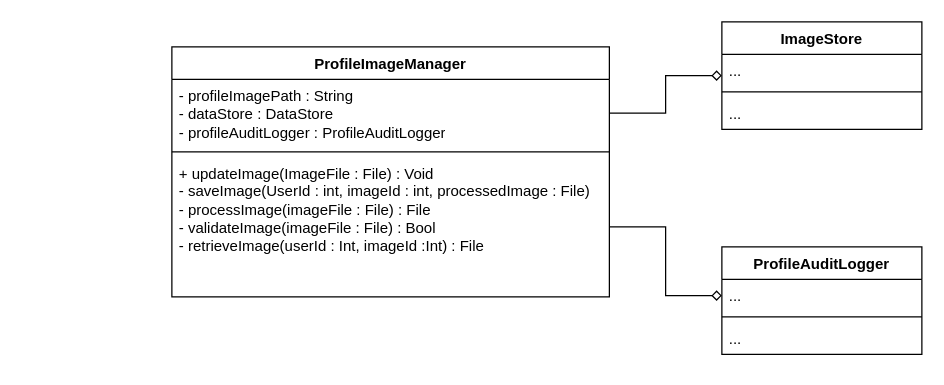
JmmonJeremy/CareerBound-SDD keeps this draw.io diagram as 03_Team_Work/Team4/Milestone_4_Interfaces_and_Data_Structures/Working/SS_M4_Team4_ProfileImageManagerClassDiagram_V01.drawio. Above is the earlier version. Source tidied: cells renumbered, new cells numbered last; positions are measured from the earlier drawing's top-left corner, leaving out a move shared by most shapes. Both pictures are drawn from the tidied source at 125%, with x=0, y=0 at pixel (171, 21).
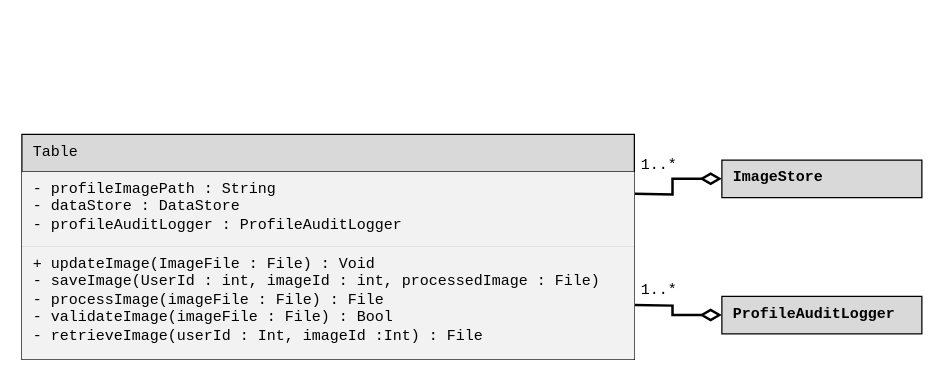
The same diagram, later.

Commit message (it also covers changes not shown here):
Added studentProfile & ProfileImageManager class diagrams to Team4QA folder

Change to the diagram source:
```diff
@@
 <mxGraphModel>
   <root>
     <mxCell id="0" />
     <mxCell id="1" parent="0" />
-    <mxCell id="2" value="ProfileImageManager" style="swimlane;fontStyle=1;align=center;verticalAlign=top;horizontal=1;startSize=26;whiteSpace=wrap;html=1;" parent="1" vertex="1">
-      <mxGeometry y="20" width="350" height="200" as="geometry" />
-    </mxCell>
+    <mxCell id="10" style="edgeStyle=orthogonalEdgeStyle;rounded=0;jettySize=auto;html=1;endArrow=diamondThin;endFill=0;startSize=40;endSize=12;strokeWidth=2;fontFamily=Courier New;align=left;verticalAlign=top;" parent="1" edge="1" target="6">
+      <mxGeometry relative="1" as="geometry">
+        <mxPoint x="370" y="226.5" as="sourcePoint" />
+      </mxGeometry>
+    </mxCell>
+    <mxCell id="15" style="edgeStyle=orthogonalEdgeStyle;rounded=0;jettySize=auto;html=1;endArrow=diamondThin;endFill=0;startSize=40;strokeWidth=2;endSize=12;fontFamily=Courier New;align=left;verticalAlign=top;" parent="1" edge="1" target="11">
+      <mxGeometry relative="1" as="geometry">
+        <mxPoint x="370" y="137.5" as="sourcePoint" />
+      </mxGeometry>
+    </mxCell>
+    <mxCell id="16" style="verticalLabelPosition=bottom;verticalAlign=top;html=1;shape=mxgraph.basic.rect;fillColor2=none;strokeWidth=1;size=20;indent=5;fontFamily=Courier New;align=left;fillColor=#D9D9D9;" parent="1" vertex="1">
+      <mxGeometry x="440" y="219.5" width="160" height="30" as="geometry" />
+    </mxCell>
+    <mxCell id="6" value="&lt;span style=&quot;font-weight: 700;&quot;&gt;&amp;nbsp;ProfileAuditLogger&lt;/span&gt;" style="text;html=1;whiteSpace=wrap;strokeColor=none;fillColor=none;align=left;verticalAlign=top;rounded=0;fontFamily=Courier New;" parent="1" vertex="1">
+      <mxGeometry x="440" y="219.5" width="160" height="30" as="geometry" />
+    </mxCell>
+    <mxCell id="17" style="verticalLabelPosition=bottom;verticalAlign=top;html=1;shape=mxgraph.basic.rect;fillColor2=none;strokeWidth=1;size=20;indent=5;fontFamily=Courier New;align=left;fillColor=#D9D9D9;" parent="1" vertex="1">
+      <mxGeometry x="440" y="110.5" width="160" height="30" as="geometry" />
+    </mxCell>
+    <mxCell id="11" value="&lt;span style=&quot;font-weight: 700;&quot;&gt;&amp;nbsp;ImageStore&lt;/span&gt;" style="text;html=1;whiteSpace=wrap;strokeColor=none;fillColor=none;align=left;verticalAlign=top;rounded=0;fontFamily=Courier New;" parent="1" vertex="1">
+      <mxGeometry x="440" y="110.5" width="160" height="30" as="geometry" />
+    </mxCell>
+    <mxCell id="18" value=" Table" style="shape=table;startSize=30;childLayout=tableLayout;fixedHeader=1;align=left;verticalAlign=top;fontFamily=Courier New;fillColor=#D9D9D9;" parent="1" vertex="1">
+      <mxGeometry x="-120" y="90" width="490" height="180" as="geometry" />
+    </mxCell>
+    <mxCell id="19" style="shape=tableRow;horizontal=0;startSize=0;swimlaneHead=0;swimlaneBody=0;strokeColor=inherit;top=0;left=0;bottom=0;right=0;fillColor=none;fixedHeader=1;align=left;verticalAlign=top;fontFamily=Courier New;" parent="18" vertex="1">
+      <mxGeometry y="30" width="490" height="60" as="geometry" />
+    </mxCell>
-    <mxCell id="3" value="- profileImagePath : String&lt;div&gt;- dataStore : DataStore&lt;/div&gt;&lt;div&gt;- profileAuditLogger : ProfileAuditLogger&lt;/div&gt;" style="text;strokeColor=none;fillColor=none;align=left;verticalAlign=top;spacingLeft=4;spacingRight=4;overflow=hidden;points=[[0,0.5],[1,0.5]];portConstraint=eastwest;whiteSpace=wrap;html=1;" parent="2" vertex="1">
-      <mxGeometry y="26" width="350" height="54" as="geometry" />
+    <mxCell id="3" value="&amp;nbsp;- profileImagePath : String&lt;div&gt;&amp;nbsp;- dataStore : DataStore&lt;/div&gt;&lt;div&gt;&amp;nbsp;- profileAuditLogger : ProfileAuditLogger&lt;/div&gt;" style="shape=partialRectangle;html=1;whiteSpace=wrap;strokeColor=inherit;overflow=hidden;fillColor=#F2F2F2;top=0;left=0;bottom=0;right=0;align=left;verticalAlign=top;fontFamily=Courier New;" parent="19" vertex="1">
+      <mxGeometry width="490" height="60" as="geometry" />
     </mxCell>
-    <mxCell id="4" style="line;strokeWidth=1;fillColor=none;align=left;verticalAlign=middle;spacingTop=-1;spacingLeft=3;spacingRight=3;labelPosition=right;strokeColor=inherit;" parent="2" vertex="1">
-      <mxGeometry y="80" width="350" height="8" as="geometry" />
-    </mxCell>
+    <mxCell id="20" style="shape=tableRow;horizontal=0;startSize=0;swimlaneHead=0;swimlaneBody=0;strokeColor=inherit;top=0;left=0;bottom=0;right=0;fillColor=none;fixedHeader=1;align=left;verticalAlign=top;fontFamily=Courier New;" parent="18" vertex="1">
+      <mxGeometry y="90" width="490" height="90" as="geometry" />
+    </mxCell>
-    <mxCell id="5" value="+ updateImage(ImageFile : File) : Void&lt;div&gt;- saveImage(UserId : int, imageId : int, processedImage : File)&lt;/div&gt;&lt;div&gt;- processImage(imageFile : File) : File&lt;/div&gt;&lt;div&gt;- validateImage(imageFile : File) : Bool&lt;/div&gt;&lt;div&gt;- retrieveImage(userId : Int, imageId :Int) : File&lt;/div&gt;" style="text;strokeColor=none;fillColor=none;align=left;verticalAlign=top;spacingLeft=4;spacingRight=4;overflow=hidden;points=[[0,0.5],[1,0.5]];portConstraint=eastwest;whiteSpace=wrap;html=1;" parent="2" vertex="1">
-      <mxGeometry y="88" width="350" height="112" as="geometry" />
+    <mxCell id="5" value="&lt;span style=&quot;&quot;&gt;&amp;nbsp;+ updateImage(ImageFile : File) : Void&lt;/span&gt;&lt;div style=&quot;&quot;&gt;&amp;nbsp;- saveImage(UserId : int, imageId : int, processedImage : File)&lt;/div&gt;&lt;div style=&quot;&quot;&gt;&amp;nbsp;- processImage(imageFile : File) : File&lt;/div&gt;&lt;div style=&quot;&quot;&gt;&amp;nbsp;- validateImage(imageFile : File) : Bool&lt;/div&gt;&lt;div style=&quot;&quot;&gt;&amp;nbsp;- retrieveImage(userId : Int, imageId :Int) : File&lt;/div&gt;" style="shape=partialRectangle;html=1;whiteSpace=wrap;strokeColor=inherit;overflow=hidden;fillColor=#F2F2F2;top=0;left=0;bottom=0;right=0;align=left;verticalAlign=top;fontFamily=Courier New;" parent="20" vertex="1">
+      <mxGeometry width="490" height="90" as="geometry" />
     </mxCell>
-    <mxCell id="6" value="ProfileAuditLogger" style="swimlane;fontStyle=1;align=center;verticalAlign=top;horizontal=1;startSize=26;whiteSpace=wrap;html=1;" parent="1" vertex="1">
-      <mxGeometry x="440" y="180" width="160" height="86" as="geometry" />
-    </mxCell>
-    <mxCell id="7" value="..." style="text;strokeColor=none;fillColor=none;align=left;verticalAlign=top;spacingLeft=4;spacingRight=4;overflow=hidden;points=[[0,0.5],[1,0.5]];portConstraint=eastwest;whiteSpace=wrap;html=1;" parent="6" vertex="1">
-      <mxGeometry y="26" width="160" height="26" as="geometry" />
-    </mxCell>
-    <mxCell id="8" style="line;strokeWidth=1;fillColor=none;align=left;verticalAlign=middle;spacingTop=-1;spacingLeft=3;spacingRight=3;labelPosition=right;strokeColor=inherit;" parent="6" vertex="1">
-      <mxGeometry y="52" width="160" height="8" as="geometry" />
-    </mxCell>
-    <mxCell id="9" value="..." style="text;strokeColor=none;fillColor=none;align=left;verticalAlign=top;spacingLeft=4;spacingRight=4;overflow=hidden;whiteSpace=wrap;html=1;" parent="6" vertex="1">
-      <mxGeometry y="60" width="160" height="26" as="geometry" />
-    </mxCell>
-    <mxCell id="10" style="edgeStyle=orthogonalEdgeStyle;rounded=0;jettySize=auto;html=1;entryX=0;entryY=0.5;entryDx=0;entryDy=0;endArrow=diamond;endFill=0;" parent="1" edge="1" source="5" target="7">
-      <mxGeometry relative="1" as="geometry" />
-    </mxCell>
-    <mxCell id="11" value="ImageStore" style="swimlane;fontStyle=1;align=center;verticalAlign=top;horizontal=1;startSize=26;whiteSpace=wrap;html=1;" parent="1" vertex="1">
-      <mxGeometry x="440" width="160" height="86" as="geometry" />
-    </mxCell>
-    <mxCell id="12" value="..." style="text;strokeColor=none;fillColor=none;align=left;verticalAlign=top;spacingLeft=4;spacingRight=4;overflow=hidden;whiteSpace=wrap;html=1;" parent="11" vertex="1">
-      <mxGeometry y="26" width="160" height="26" as="geometry" />
-    </mxCell>
-    <mxCell id="13" style="line;strokeWidth=1;fillColor=none;align=left;verticalAlign=middle;spacingTop=-1;spacingLeft=3;spacingRight=3;labelPosition=right;strokeColor=inherit;" parent="11" vertex="1">
-      <mxGeometry y="52" width="160" height="8" as="geometry" />
-    </mxCell>
-    <mxCell id="14" value="..." style="text;strokeColor=none;fillColor=none;align=left;verticalAlign=top;spacingLeft=4;spacingRight=4;overflow=hidden;whiteSpace=wrap;html=1;" parent="11" vertex="1">
-      <mxGeometry y="60" width="160" height="26" as="geometry" />
-    </mxCell>
-    <mxCell id="15" style="edgeStyle=orthogonalEdgeStyle;rounded=0;jettySize=auto;html=1;endArrow=diamond;endFill=0;" parent="1" edge="1" source="3" target="11">
-      <mxGeometry relative="1" as="geometry" />
-    </mxCell>
+    <mxCell id="21" value="1..*" style="text;html=1;whiteSpace=wrap;strokeColor=none;fillColor=none;align=center;verticalAlign=middle;rounded=0;fontFamily=Courier New;" parent="1" vertex="1">
+      <mxGeometry x="380" y="100" width="20" height="30" as="geometry" />
+    </mxCell>
+    <mxCell id="22" value="1..*" style="text;html=1;whiteSpace=wrap;strokeColor=none;fillColor=none;align=center;verticalAlign=middle;rounded=0;fontFamily=Courier New;" parent="1" vertex="1">
+      <mxGeometry x="380" y="200" width="20" height="30" as="geometry" />
+    </mxCell>
   </root>
 </mxGraphModel>
```
